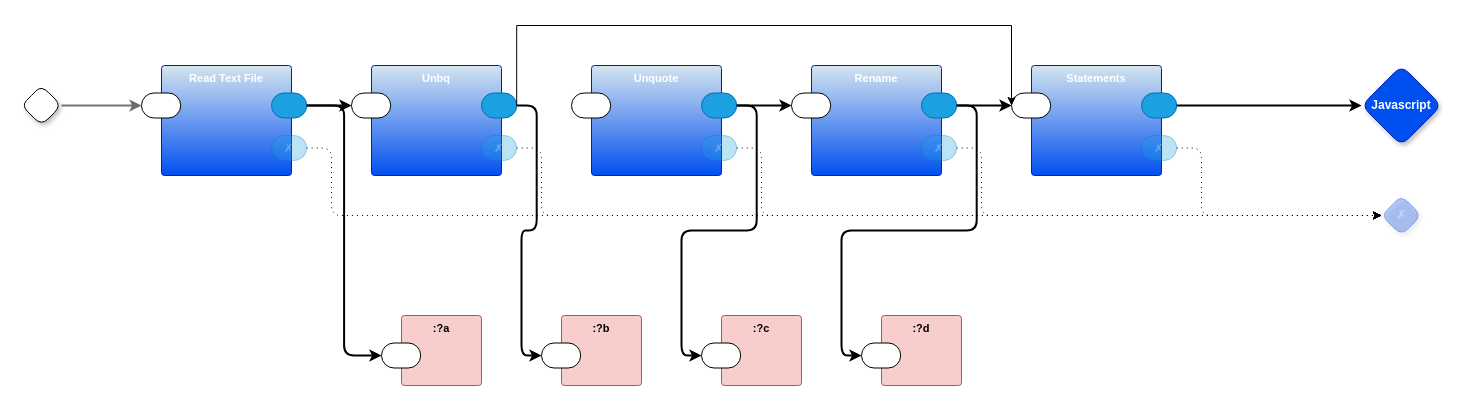
Before: page "main" (1 of 5) of p6.drawio in guitarvydas/p6, a draw.io diagram. Source tidied: cells renumbered, new cells numbered last; positions are measured from the earlier drawing's top-left corner, leaving out a move shared by most shapes. Both pictures are drawn from the tidied source at 100%, with x=0, y=0 at pixel (21, 25).
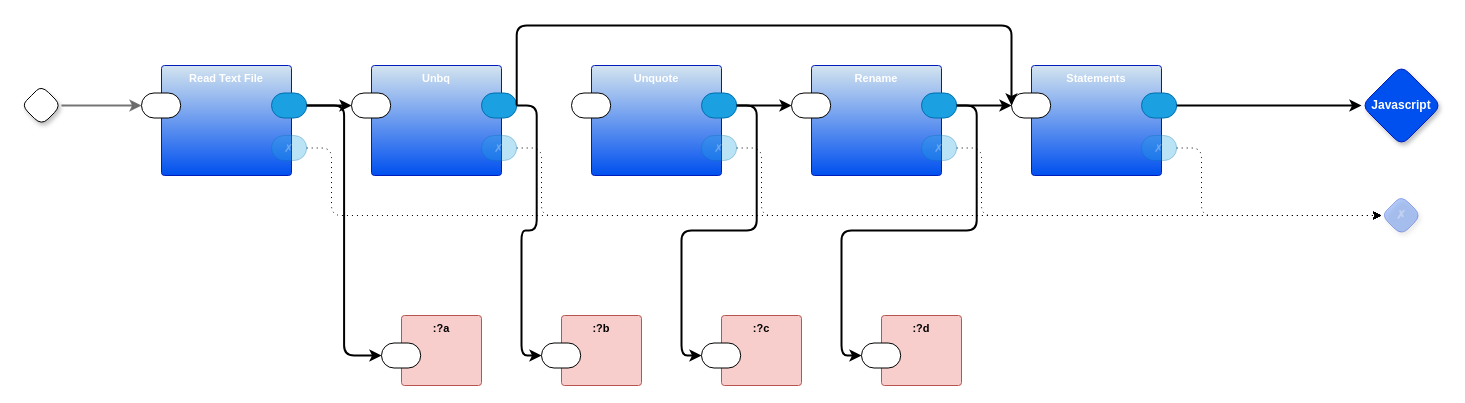
The same diagram, later.

Unchanged cells that the change refers to:
```xml
<mxCell id="15" style="rounded=1;whiteSpace=wrap;html=1;sketch=0;points=[[0,0.5,0,0,0],[1,0.5,0,0,0]];fillColor=#1ba1e2;fontColor=#ffffff;strokeColor=#006EAF;arcSize=50;fontFamily=Helvetica;fontSize=11;" parent="12" vertex="1">
  <mxGeometry x="110" y="27.5" width="35.2" height="25" as="geometry" />
</mxCell>
<mxCell id="29" style="rounded=1;whiteSpace=wrap;html=1;sketch=0;points=[[0,0.5,0,0,0],[1,0.5,0,0,0]];arcSize=50;fontFamily=Helvetica;fontSize=11;fontColor=default;" parent="28" vertex="1">
  <mxGeometry x="-20" y="27.5" width="39.2" height="25" as="geometry" />
</mxCell>
```

The edit, as a diff of the source:
```diff
@@
-    <mxCell id="47" style="edgeStyle=orthogonalEdgeStyle;rounded=0;jettySize=auto;html=1;exitX=1;exitY=0.5;exitDx=0;exitDy=0;exitPerimeter=0;entryX=0;entryY=0.5;entryDx=0;entryDy=0;entryPerimeter=0;" parent="1" edge="1" source="15" target="29">
+    <mxCell id="47" style="edgeStyle=orthogonalEdgeStyle;rounded=1;jettySize=auto;html=1;exitX=1;exitY=0.5;exitDx=0;exitDy=0;exitPerimeter=0;entryX=0;entryY=0.5;entryDx=0;entryDy=0;entryPerimeter=0;strokeWidth=2;curved=0;" parent="1" edge="1" source="15" target="29">
       <mxGeometry relative="1" as="geometry">
         <Array as="points">
           <mxPoint x="495" />
           <mxPoint x="990" />
         </Array>
       </mxGeometry>
     </mxCell>
```
